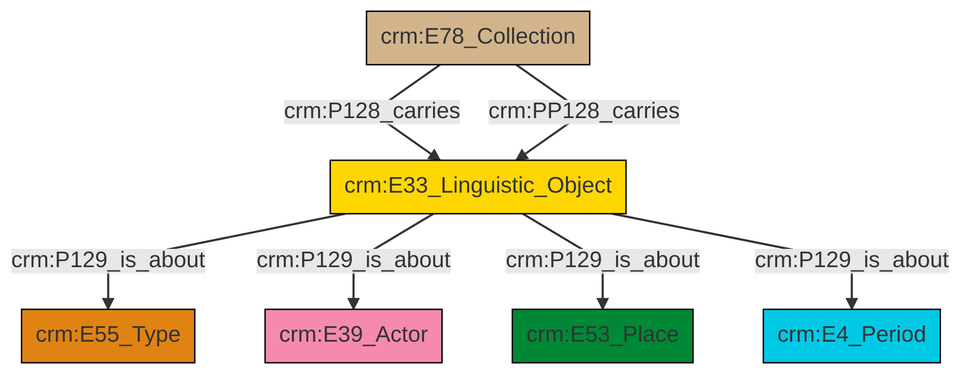
The Mermaid diagram et/archivalCSV/ttl/mmd/png/archival_aboutness.png in swiss-art-research-net/docs.swissartresearch, before a commit. Its source is kept beside it as et/archivalCSV/ttl/mmd/archival_aboutness.ttl.mmd.
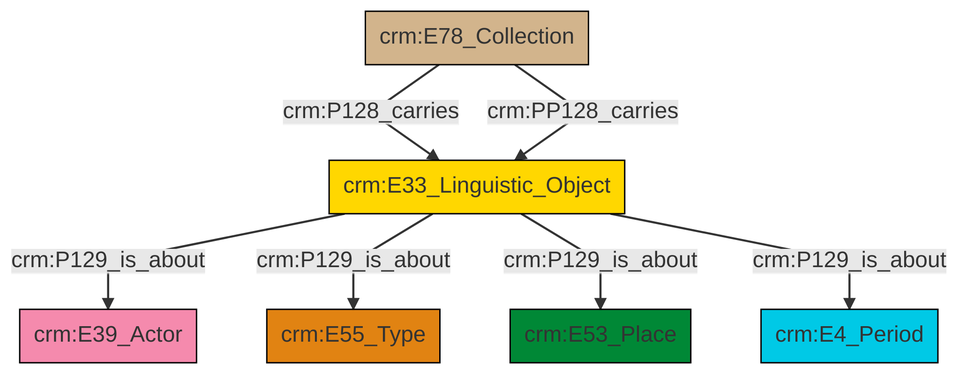
The same file after the commit.

The edit, as a diff of the source:
```diff
@@ -13,9 +13,9 @@
 classDef PC_Classes fill:#4ce600, stroke:#000000;
 classDef Multi fill:#cccccc,stroke:#000000;
 
-2["crm:E33_Linguistic_Object"]:::Conceptual_Object -->|crm:P129_is_about| 3["crm:E55_Type"]:::Type
-0["crm:E78_Collection"]:::Physical_Thing -->|crm:P128_carries| 2["crm:E33_Linguistic_Object"]:::Conceptual_Object
-0["crm:E78_Collection"]:::Physical_Thing -->|crm:PP128_carries| 2["crm:E33_Linguistic_Object"]:::Conceptual_Object
-2["crm:E33_Linguistic_Object"]:::Conceptual_Object -->|crm:P129_is_about| 7["crm:E39_Actor"]:::Actor
-2["crm:E33_Linguistic_Object"]:::Conceptual_Object -->|crm:P129_is_about| 4["crm:E53_Place"]:::Place
-2["crm:E33_Linguistic_Object"]:::Conceptual_Object -->|crm:P129_is_about| 9["crm:E4_Period"]:::Temporal_Entity
+0["crm:E78_Collection"]:::Physical_Thing -->|crm:P128_carries| 1["crm:E33_Linguistic_Object"]:::Conceptual_Object
+1["crm:E33_Linguistic_Object"]:::Conceptual_Object -->|crm:P129_is_about| 4["crm:E39_Actor"]:::Actor
+0["crm:E78_Collection"]:::Physical_Thing -->|crm:PP128_carries| 1["crm:E33_Linguistic_Object"]:::Conceptual_Object
+1["crm:E33_Linguistic_Object"]:::Conceptual_Object -->|crm:P129_is_about| 2["crm:E55_Type"]:::Type
+1["crm:E33_Linguistic_Object"]:::Conceptual_Object -->|crm:P129_is_about| 5["crm:E53_Place"]:::Place
+1["crm:E33_Linguistic_Object"]:::Conceptual_Object -->|crm:P129_is_about| 8["crm:E4_Period"]:::Temporal_Entity
```
